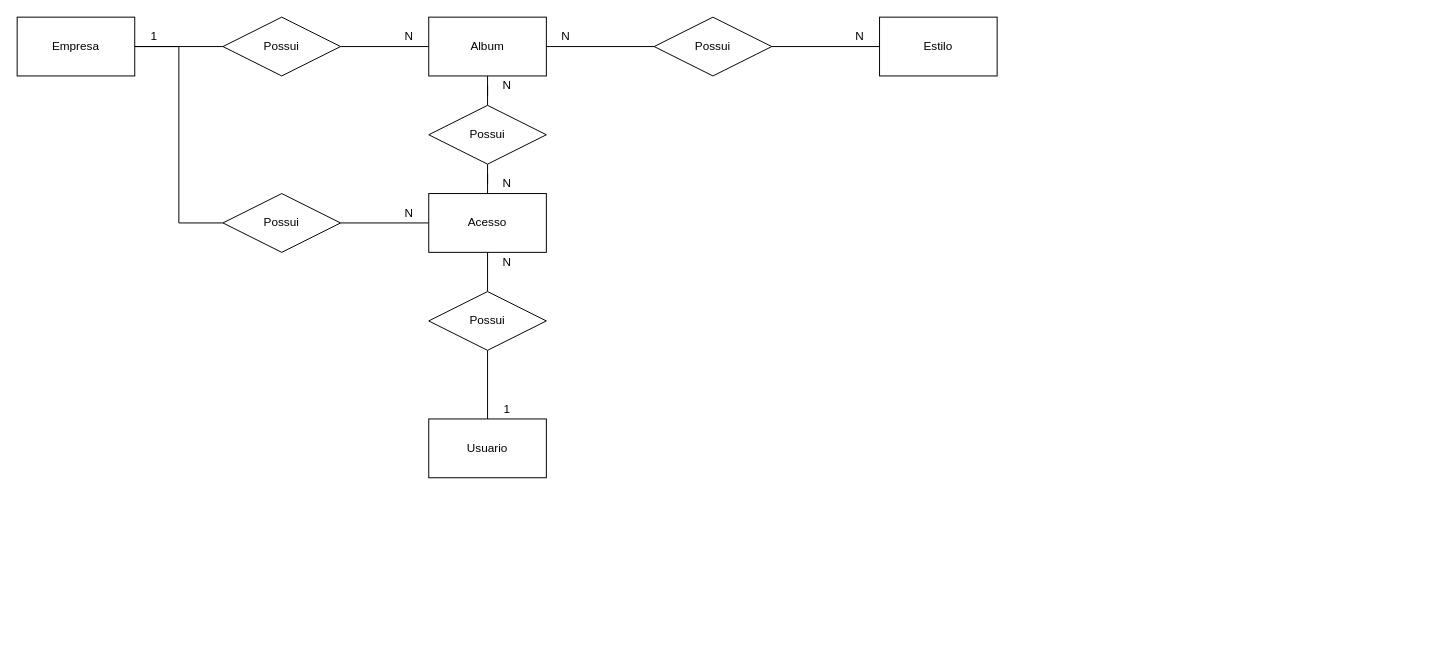
Earlier version of the draw.io diagram exercicios/1.4-exercicio-optus/1.4-exercicio-optus.drawio (PedroLCamara/2oSemestre_Sprint1BD_Senai). Source tidied: cells renumbered, new cells numbered last; positions are measured from the earlier drawing's top-left corner, leaving out a move shared by most shapes. Both pictures are drawn from the tidied source at 98%, with x=0, y=0 at pixel (17, 17).
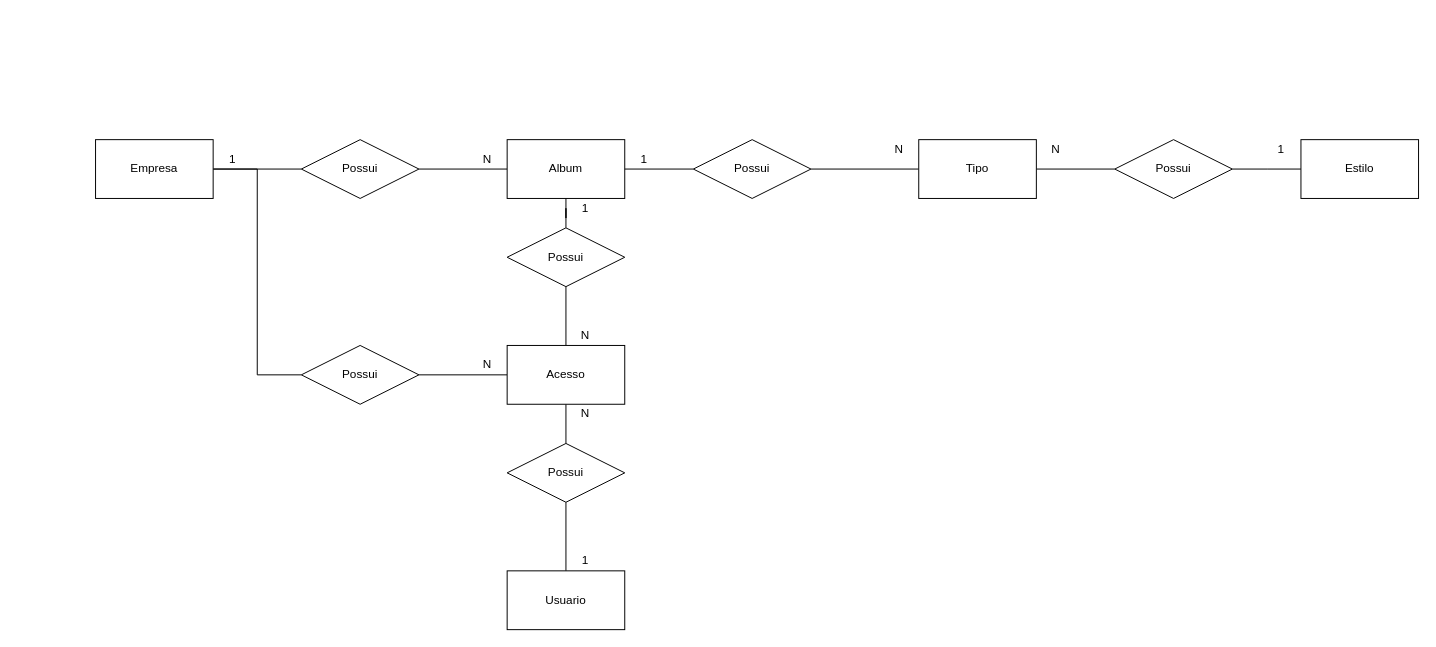
Above is the later version.

Diff of the diagram source:
```diff
@@
     <mxCell id="4" value="Empresa" style="rounded=0;whiteSpace=wrap;html=1;" parent="1" vertex="1">
-      <mxGeometry width="120" height="60" as="geometry" />
+      <mxGeometry x="80" y="125" width="120" height="60" as="geometry" />
     </mxCell>
@@
     <mxCell id="6" value="Possui" style="shape=rhombus;perimeter=rhombusPerimeter;whiteSpace=wrap;html=1;align=center;" parent="1" vertex="1">
-      <mxGeometry x="210" width="120" height="60" as="geometry" />
+      <mxGeometry x="290" y="125" width="120" height="60" as="geometry" />
     </mxCell>
-    <mxCell id="7" style="edgeStyle=orthogonalEdgeStyle;rounded=0;jettySize=auto;html=1;entryX=0;entryY=0.5;entryDx=0;entryDy=0;endArrow=none;endFill=0;" parent="1" edge="1" source="8" target="12">
-      <mxGeometry relative="1" as="geometry" />
-    </mxCell>
     <mxCell id="8" value="Album" style="rounded=0;whiteSpace=wrap;html=1;" parent="1" vertex="1">
-      <mxGeometry x="420" width="120" height="60" as="geometry" />
+      <mxGeometry x="500" y="125" width="120" height="60" as="geometry" />
     </mxCell>
     <mxCell id="9" value="1" style="text;html=1;strokeColor=none;fillColor=none;align=center;verticalAlign=middle;whiteSpace=wrap;rounded=0;" parent="1" vertex="1">
-      <mxGeometry x="120" y="10" width="40" height="20" as="geometry" />
+      <mxGeometry x="200" y="135" width="40" height="20" as="geometry" />
     </mxCell>
     <mxCell id="10" value="N" style="text;html=1;strokeColor=none;fillColor=none;align=center;verticalAlign=middle;whiteSpace=wrap;rounded=0;" parent="1" vertex="1">
-      <mxGeometry x="380" y="10" width="40" height="20" as="geometry" />
+      <mxGeometry x="460" y="135" width="40" height="20" as="geometry" />
     </mxCell>
-    <mxCell id="11" style="edgeStyle=orthogonalEdgeStyle;rounded=0;jettySize=auto;html=1;entryX=0;entryY=0.5;entryDx=0;entryDy=0;endArrow=none;endFill=0;" parent="1" edge="1" source="12" target="13">
-      <mxGeometry relative="1" as="geometry" />
-    </mxCell>
-    <mxCell id="12" value="Possui" style="shape=rhombus;perimeter=rhombusPerimeter;whiteSpace=wrap;html=1;align=center;" parent="1" vertex="1">
-      <mxGeometry x="650" width="120" height="60" as="geometry" />
-    </mxCell>
+    <mxCell id="31" style="edgeStyle=orthogonalEdgeStyle;rounded=0;jettySize=auto;html=1;entryX=1;entryY=0.5;entryDx=0;entryDy=0;endArrow=none;endFill=0;" parent="1" edge="1" source="13">
+      <mxGeometry relative="1" as="geometry">
+        <mxPoint x="1240" y="155" as="targetPoint" />
+      </mxGeometry>
+    </mxCell>
     <mxCell id="13" value="Estilo" style="rounded=0;whiteSpace=wrap;html=1;" parent="1" vertex="1">
-      <mxGeometry x="880" width="120" height="60" as="geometry" />
+      <mxGeometry x="1310" y="125" width="120" height="60" as="geometry" />
     </mxCell>
-    <mxCell id="14" value="N" style="text;html=1;strokeColor=none;fillColor=none;align=center;verticalAlign=middle;whiteSpace=wrap;rounded=0;" parent="1" vertex="1">
-      <mxGeometry x="540" y="10" width="40" height="20" as="geometry" />
+    <mxCell id="14" value="1" style="text;html=1;strokeColor=none;fillColor=none;align=center;verticalAlign=middle;whiteSpace=wrap;rounded=0;" parent="1" vertex="1">
+      <mxGeometry x="620" y="135" width="40" height="20" as="geometry" />
     </mxCell>
-    <mxCell id="15" value="N" style="text;html=1;strokeColor=none;fillColor=none;align=center;verticalAlign=middle;whiteSpace=wrap;rounded=0;" parent="1" vertex="1">
-      <mxGeometry x="840" y="10" width="40" height="20" as="geometry" />
+    <mxCell id="15" value="1" style="text;html=1;strokeColor=none;fillColor=none;align=center;verticalAlign=middle;whiteSpace=wrap;rounded=0;" parent="1" vertex="1">
+      <mxGeometry x="1270" y="125" width="40" height="20" as="geometry" />
     </mxCell>
@@
     <mxCell id="17" value="Possui" style="shape=rhombus;perimeter=rhombusPerimeter;whiteSpace=wrap;html=1;align=center;" parent="1" vertex="1">
-      <mxGeometry x="210" y="180" width="120" height="60" as="geometry" />
+      <mxGeometry x="290" y="335" width="120" height="60" as="geometry" />
     </mxCell>
+    <mxCell id="19" style="edgeStyle=orthogonalEdgeStyle;rounded=0;jettySize=auto;html=1;entryX=0.5;entryY=0;entryDx=0;entryDy=0;endArrow=none;endFill=0;" parent="1" edge="1" source="20" target="27">
+      <mxGeometry relative="1" as="geometry" />
+    </mxCell>
@@
-    <mxCell id="19" style="edgeStyle=orthogonalEdgeStyle;rounded=0;jettySize=auto;html=1;entryX=0.5;entryY=0;entryDx=0;entryDy=0;endArrow=none;endFill=0;" parent="1" edge="1" source="20" target="27">
-      <mxGeometry relative="1" as="geometry" />
-    </mxCell>
     <mxCell id="20" value="Acesso" style="rounded=0;whiteSpace=wrap;html=1;" parent="1" vertex="1">
-      <mxGeometry x="420" y="180" width="120" height="60" as="geometry" />
+      <mxGeometry x="500" y="335" width="120" height="60" as="geometry" />
     </mxCell>
     <mxCell id="21" value="N" style="text;html=1;strokeColor=none;fillColor=none;align=center;verticalAlign=middle;whiteSpace=wrap;rounded=0;" parent="1" vertex="1">
-      <mxGeometry x="380" y="190" width="40" height="20" as="geometry" />
+      <mxGeometry x="460" y="345" width="40" height="20" as="geometry" />
     </mxCell>
@@
     <mxCell id="23" value="Possui" style="shape=rhombus;perimeter=rhombusPerimeter;whiteSpace=wrap;html=1;align=center;" parent="1" vertex="1">
-      <mxGeometry x="420" y="90" width="120" height="60" as="geometry" />
+      <mxGeometry x="500" y="215" width="120" height="60" as="geometry" />
     </mxCell>
     <mxCell id="24" value="N" style="text;html=1;strokeColor=none;fillColor=none;align=center;verticalAlign=middle;whiteSpace=wrap;rounded=0;" parent="1" vertex="1">
-      <mxGeometry x="480" y="160" width="40" height="20" as="geometry" />
+      <mxGeometry x="560" y="315" width="40" height="20" as="geometry" />
     </mxCell>
-    <mxCell id="25" value="N" style="text;html=1;strokeColor=none;fillColor=none;align=center;verticalAlign=middle;whiteSpace=wrap;rounded=0;" parent="1" vertex="1">
-      <mxGeometry x="480" y="60" width="40" height="20" as="geometry" />
+    <mxCell id="25" value="1" style="text;html=1;strokeColor=none;fillColor=none;align=center;verticalAlign=middle;whiteSpace=wrap;rounded=0;" parent="1" vertex="1">
+      <mxGeometry x="560" y="185" width="40" height="20" as="geometry" />
     </mxCell>
@@
     <mxCell id="27" value="Possui" style="shape=rhombus;perimeter=rhombusPerimeter;whiteSpace=wrap;html=1;align=center;" parent="1" vertex="1">
-      <mxGeometry x="420" y="280" width="120" height="60" as="geometry" />
+      <mxGeometry x="500" y="435" width="120" height="60" as="geometry" />
     </mxCell>
     <mxCell id="28" value="Usuario" style="rounded=0;whiteSpace=wrap;html=1;" parent="1" vertex="1">
-      <mxGeometry x="420" y="410" width="120" height="60" as="geometry" />
+      <mxGeometry x="500" y="565" width="120" height="60" as="geometry" />
     </mxCell>
     <mxCell id="29" value="1" style="text;html=1;strokeColor=none;fillColor=none;align=center;verticalAlign=middle;whiteSpace=wrap;rounded=0;" parent="1" vertex="1">
-      <mxGeometry x="480" y="390" width="40" height="20" as="geometry" />
+      <mxGeometry x="560" y="545" width="40" height="20" as="geometry" />
     </mxCell>
     <mxCell id="30" value="N" style="text;html=1;strokeColor=none;fillColor=none;align=center;verticalAlign=middle;whiteSpace=wrap;rounded=0;" parent="1" vertex="1">
-      <mxGeometry x="480" y="240" width="40" height="20" as="geometry" />
+      <mxGeometry x="560" y="395" width="40" height="20" as="geometry" />
     </mxCell>
+    <mxCell id="32" style="edgeStyle=orthogonalEdgeStyle;rounded=0;jettySize=auto;html=1;entryX=0;entryY=0.5;entryDx=0;entryDy=0;endArrow=none;endFill=0;" parent="1" edge="1" source="8" target="34">
+      <mxGeometry relative="1" as="geometry" />
+    </mxCell>
+    <mxCell id="33" style="edgeStyle=orthogonalEdgeStyle;rounded=0;jettySize=auto;html=1;entryX=0;entryY=0.5;entryDx=0;entryDy=0;endArrow=none;endFill=0;" parent="1" edge="1" source="34" target="36">
+      <mxGeometry relative="1" as="geometry" />
+    </mxCell>
+    <mxCell id="34" value="Possui" style="shape=rhombus;perimeter=rhombusPerimeter;whiteSpace=wrap;html=1;align=center;" parent="1" vertex="1">
+      <mxGeometry x="690" y="125" width="120" height="60" as="geometry" />
+    </mxCell>
+    <mxCell id="35" style="edgeStyle=orthogonalEdgeStyle;rounded=0;jettySize=auto;html=1;endArrow=none;endFill=0;" parent="1" edge="1" source="36" target="37">
+      <mxGeometry relative="1" as="geometry" />
+    </mxCell>
+    <mxCell id="36" value="Tipo" style="rounded=0;whiteSpace=wrap;html=1;" parent="1" vertex="1">
+      <mxGeometry x="920" y="125" width="120" height="60" as="geometry" />
+    </mxCell>
+    <mxCell id="37" value="Possui" style="shape=rhombus;perimeter=rhombusPerimeter;whiteSpace=wrap;html=1;align=center;" parent="1" vertex="1">
+      <mxGeometry x="1120" y="125" width="120" height="60" as="geometry" />
+    </mxCell>
+    <mxCell id="38" value="N" style="text;html=1;strokeColor=none;fillColor=none;align=center;verticalAlign=middle;whiteSpace=wrap;rounded=0;" parent="1" vertex="1">
+      <mxGeometry x="880" y="125" width="40" height="20" as="geometry" />
+    </mxCell>
+    <mxCell id="39" value="N" style="text;html=1;strokeColor=none;fillColor=none;align=center;verticalAlign=middle;whiteSpace=wrap;rounded=0;" parent="1" vertex="1">
+      <mxGeometry x="1040" y="125" width="40" height="20" as="geometry" />
+    </mxCell>
```
